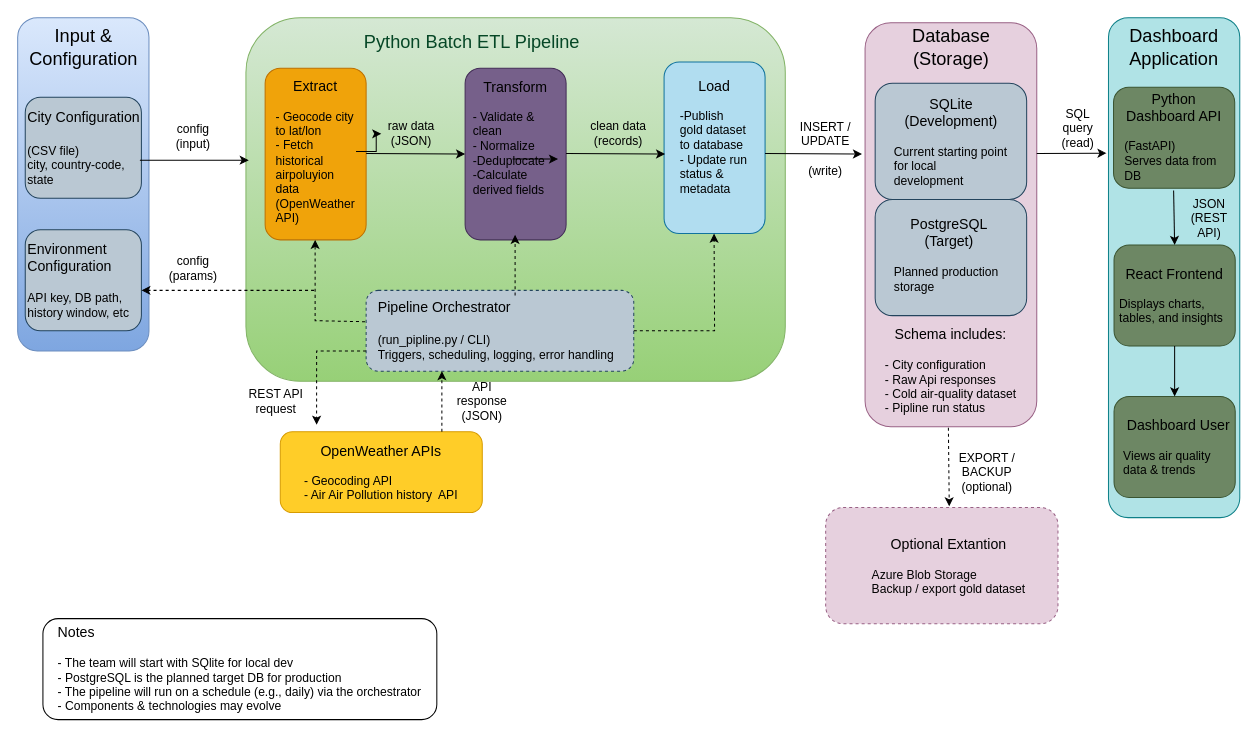
This is docs/architecture/City_Air_Tracker.drawio from Code-the-Dream-School/summer-26-py-practicum-team1, a draw.io file, before an edit. Source tidied: cells renumbered, new cells numbered last; positions are measured from the earlier drawing's top-left corner, leaving out a move shared by most shapes. Both pictures are drawn from the tidied source at 101%, with x=0, y=0 at pixel (17, 17).
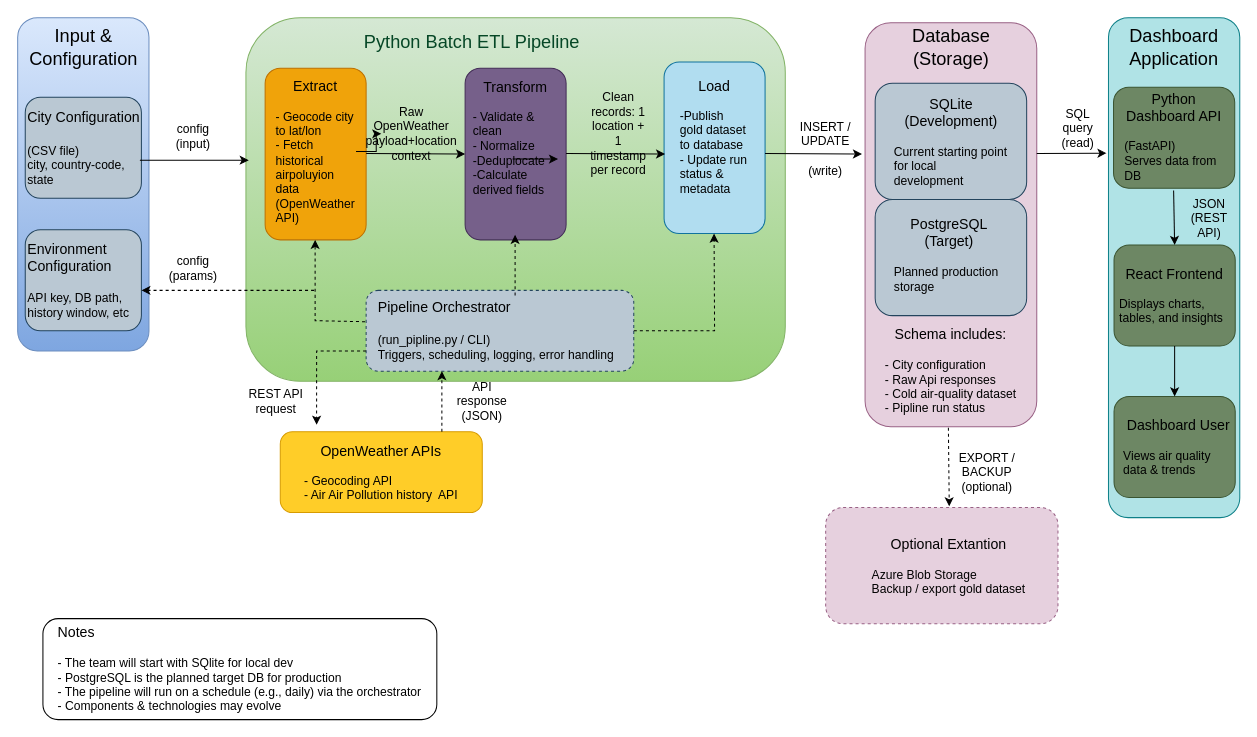
Above is the later version.

Commit message (it also covers changes not shown here):
Updated architecture diagram

What changed in the source:
```diff
@@
-    <mxCell id="54" value="raw data&lt;div&gt;(JSON)&lt;/div&gt;" style="text;html=1;whiteSpace=wrap;strokeColor=none;fillColor=none;align=center;verticalAlign=middle;rounded=0;" parent="1" vertex="1">
+    <mxCell id="54" value="Raw OpenWeather payload+location context" style="text;html=1;whiteSpace=wrap;strokeColor=none;fillColor=none;align=center;verticalAlign=middle;rounded=0;" parent="1" vertex="1">
       <mxGeometry x="360" y="100" width="60" height="30" as="geometry" />
     </mxCell>
-    <mxCell id="55" value="clean data&lt;div&gt;(records)&lt;/div&gt;" style="text;html=1;whiteSpace=wrap;strokeColor=none;fillColor=none;align=center;verticalAlign=middle;rounded=0;" parent="1" vertex="1">
+    <mxCell id="55" value="Clean records: 1 location + 1 timestamp per record" style="text;html=1;whiteSpace=wrap;strokeColor=none;fillColor=none;align=center;verticalAlign=middle;rounded=0;" parent="1" vertex="1">
       <mxGeometry x="565" y="100" width="60" height="30" as="geometry" />
     </mxCell>
```
